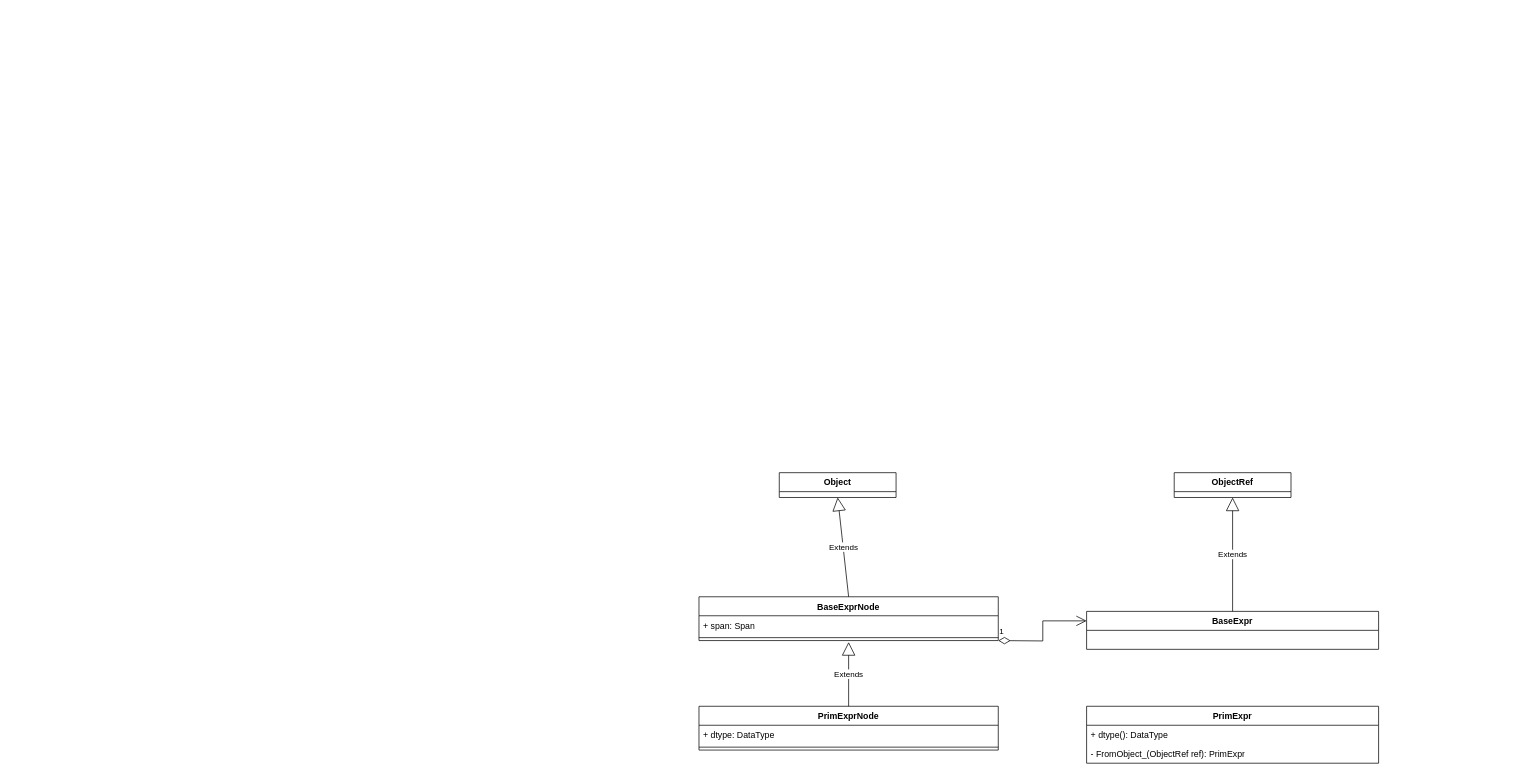
Before: page "expr" (5 of 5) of 未命名绘图.drawio in gdhzyz/draws, a draw.io diagram. Source tidied: cells renumbered, new cells numbered last; positions are measured from the earlier drawing's top-left corner, leaving out a move shared by most shapes. Both pictures are drawn from the tidied source at 73%, with x=0, y=0 at pixel (699, 472).
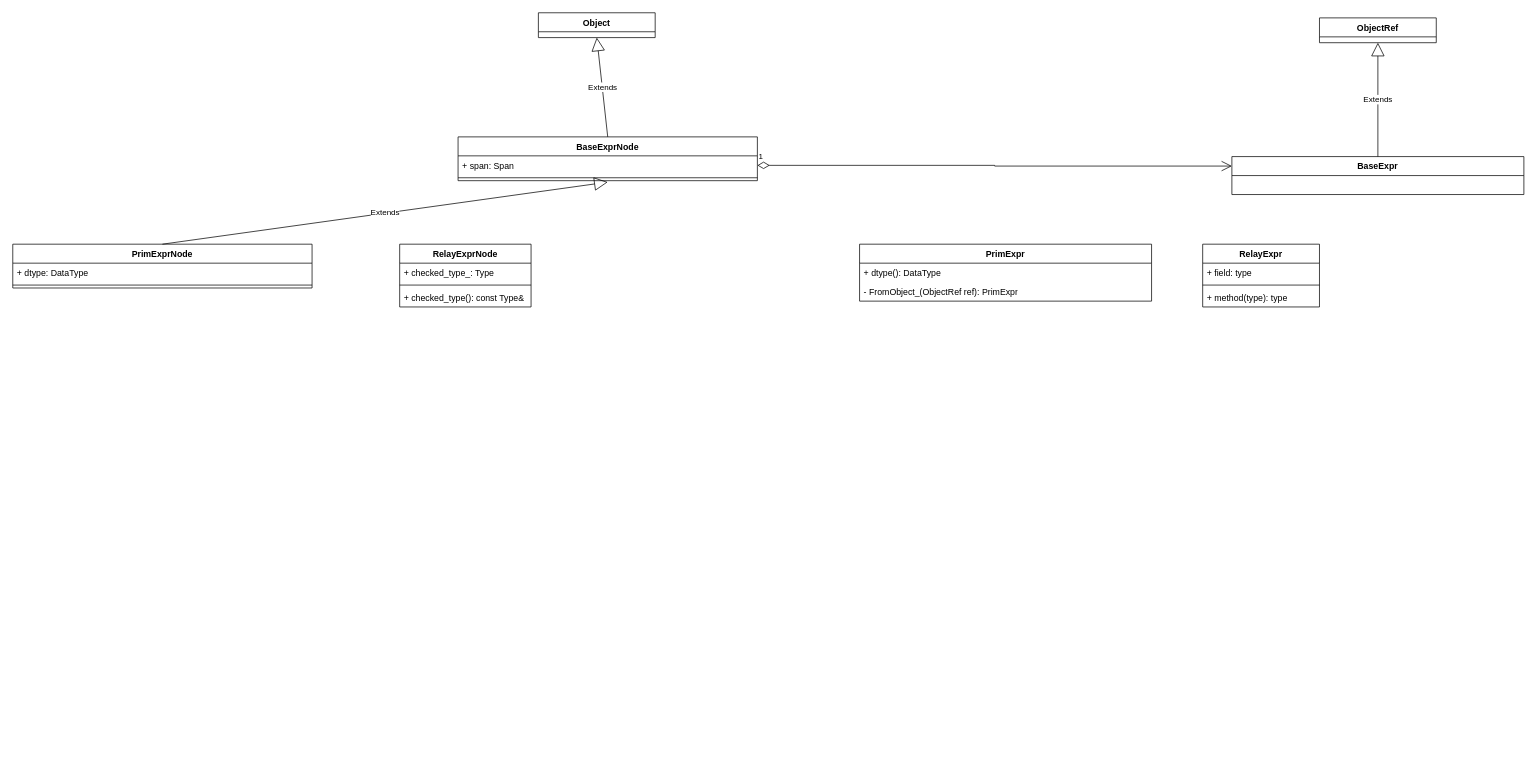
The same page after the edit.

The change refers to these unchanged cells:
```xml
<mxCell id="4" value="+ span: Span" style="text;strokeColor=none;fillColor=none;align=left;verticalAlign=top;spacingLeft=4;spacingRight=4;overflow=hidden;points=[[0,0.5],[1,0.5]];portConstraint=eastwest;whiteSpace=wrap;html=1;" parent="3" vertex="1">
  <mxGeometry y="26" width="410" height="26" as="geometry" />
</mxCell>
```

Diff of the diagram source:
```diff
@@
     <mxCell id="2" value="Object" style="swimlane;fontStyle=1;align=center;verticalAlign=top;horizontal=1;startSize=26;whiteSpace=wrap;html=1;" parent="1" vertex="1">
-      <mxGeometry x="110" width="160" height="34" as="geometry" />
+      <mxGeometry x="-220" y="-630" width="160" height="34" as="geometry" />
     </mxCell>
     <mxCell id="3" value="BaseExprNode" style="swimlane;fontStyle=1;align=center;verticalAlign=top;horizontal=1;startSize=26;whiteSpace=wrap;html=1;" parent="1" vertex="1">
-      <mxGeometry y="170" width="410" height="60" as="geometry" />
+      <mxGeometry x="-330" y="-460" width="410" height="60" as="geometry" />
     </mxCell>
@@
     <mxCell id="7" value="ObjectRef" style="swimlane;fontStyle=1;align=center;verticalAlign=top;horizontal=1;startSize=26;whiteSpace=wrap;html=1;" parent="1" vertex="1">
-      <mxGeometry x="651" width="160" height="34" as="geometry" />
+      <mxGeometry x="850" y="-623" width="160" height="34" as="geometry" />
     </mxCell>
     <mxCell id="8" value="BaseExpr" style="swimlane;fontStyle=1;align=center;verticalAlign=top;horizontal=1;startSize=26;whiteSpace=wrap;html=1;" parent="1" vertex="1">
-      <mxGeometry x="531" y="190" width="400" height="52" as="geometry" />
+      <mxGeometry x="730" y="-433" width="400" height="52" as="geometry" />
     </mxCell>
@@
-    <mxCell id="10" value="1" style="endArrow=open;html=1;endSize=12;startArrow=diamondThin;startSize=14;startFill=0;edgeStyle=orthogonalEdgeStyle;align=left;verticalAlign=bottom;rounded=0;entryX=0;entryY=0.25;entryDx=0;entryDy=0;" parent="1" edge="1" target="8">
-      <mxGeometry x="-1" y="3" relative="1" as="geometry">
-        <mxPoint x="410" y="230" as="sourcePoint" />
-      </mxGeometry>
+    <mxCell id="10" value="1" style="endArrow=open;html=1;endSize=12;startArrow=diamondThin;startSize=14;startFill=0;edgeStyle=orthogonalEdgeStyle;align=left;verticalAlign=bottom;rounded=0;entryX=0;entryY=0.25;entryDx=0;entryDy=0;exitX=1;exitY=0.5;exitDx=0;exitDy=0;" parent="1" edge="1" source="4" target="8">
+      <mxGeometry x="-1" y="3" relative="1" as="geometry" />
     </mxCell>
     <mxCell id="11" value="PrimExprNode" style="swimlane;fontStyle=1;align=center;verticalAlign=top;horizontal=1;startSize=26;whiteSpace=wrap;html=1;" parent="1" vertex="1">
-      <mxGeometry y="320" width="410" height="60" as="geometry" />
+      <mxGeometry x="-940" y="-313" width="410" height="60" as="geometry" />
     </mxCell>
@@
     <mxCell id="15" value="PrimExpr" style="swimlane;fontStyle=1;align=center;verticalAlign=top;horizontal=1;startSize=26;whiteSpace=wrap;html=1;" parent="1" vertex="1">
-      <mxGeometry x="531" y="320" width="400" height="78" as="geometry" />
+      <mxGeometry x="220" y="-313" width="400" height="78" as="geometry" />
     </mxCell>
@@
+    <mxCell id="18" value="RelayExprNode" style="swimlane;fontStyle=1;align=center;verticalAlign=top;horizontal=1;startSize=26;whiteSpace=wrap;html=1;" parent="1" vertex="1">
+      <mxGeometry x="-410" y="-313" width="180" height="86" as="geometry" />
+    </mxCell>
+    <mxCell id="19" value="+ checked_type_: Type" style="text;strokeColor=none;fillColor=none;align=left;verticalAlign=top;spacingLeft=4;spacingRight=4;overflow=hidden;whiteSpace=wrap;html=1;" parent="18" vertex="1">
+      <mxGeometry y="26" width="180" height="26" as="geometry" />
+    </mxCell>
+    <mxCell id="20" style="line;strokeWidth=1;fillColor=none;align=left;verticalAlign=middle;spacingTop=-1;spacingLeft=3;spacingRight=3;labelPosition=right;strokeColor=inherit;" parent="18" vertex="1">
+      <mxGeometry y="52" width="180" height="8" as="geometry" />
+    </mxCell>
+    <mxCell id="21" value="+ checked_type(): const Type&amp;amp;" style="text;strokeColor=none;fillColor=none;align=left;verticalAlign=top;spacingLeft=4;spacingRight=4;overflow=hidden;whiteSpace=wrap;html=1;" parent="18" vertex="1">
+      <mxGeometry y="60" width="180" height="26" as="geometry" />
+    </mxCell>
+    <mxCell id="22" value="RelayExpr" style="swimlane;fontStyle=1;align=center;verticalAlign=top;horizontal=1;startSize=26;whiteSpace=wrap;html=1;" parent="1" vertex="1">
+      <mxGeometry x="690" y="-313" width="160" height="86" as="geometry" />
+    </mxCell>
+    <mxCell id="23" value="+ field: type" style="text;strokeColor=none;fillColor=none;align=left;verticalAlign=top;spacingLeft=4;spacingRight=4;overflow=hidden;whiteSpace=wrap;html=1;" parent="22" vertex="1">
+      <mxGeometry y="26" width="160" height="26" as="geometry" />
+    </mxCell>
+    <mxCell id="24" style="line;strokeWidth=1;fillColor=none;align=left;verticalAlign=middle;spacingTop=-1;spacingLeft=3;spacingRight=3;labelPosition=right;strokeColor=inherit;" parent="22" vertex="1">
+      <mxGeometry y="52" width="160" height="8" as="geometry" />
+    </mxCell>
+    <mxCell id="25" value="+ method(type): type" style="text;strokeColor=none;fillColor=none;align=left;verticalAlign=top;spacingLeft=4;spacingRight=4;overflow=hidden;whiteSpace=wrap;html=1;" parent="22" vertex="1">
+      <mxGeometry y="60" width="160" height="26" as="geometry" />
+    </mxCell>
```
